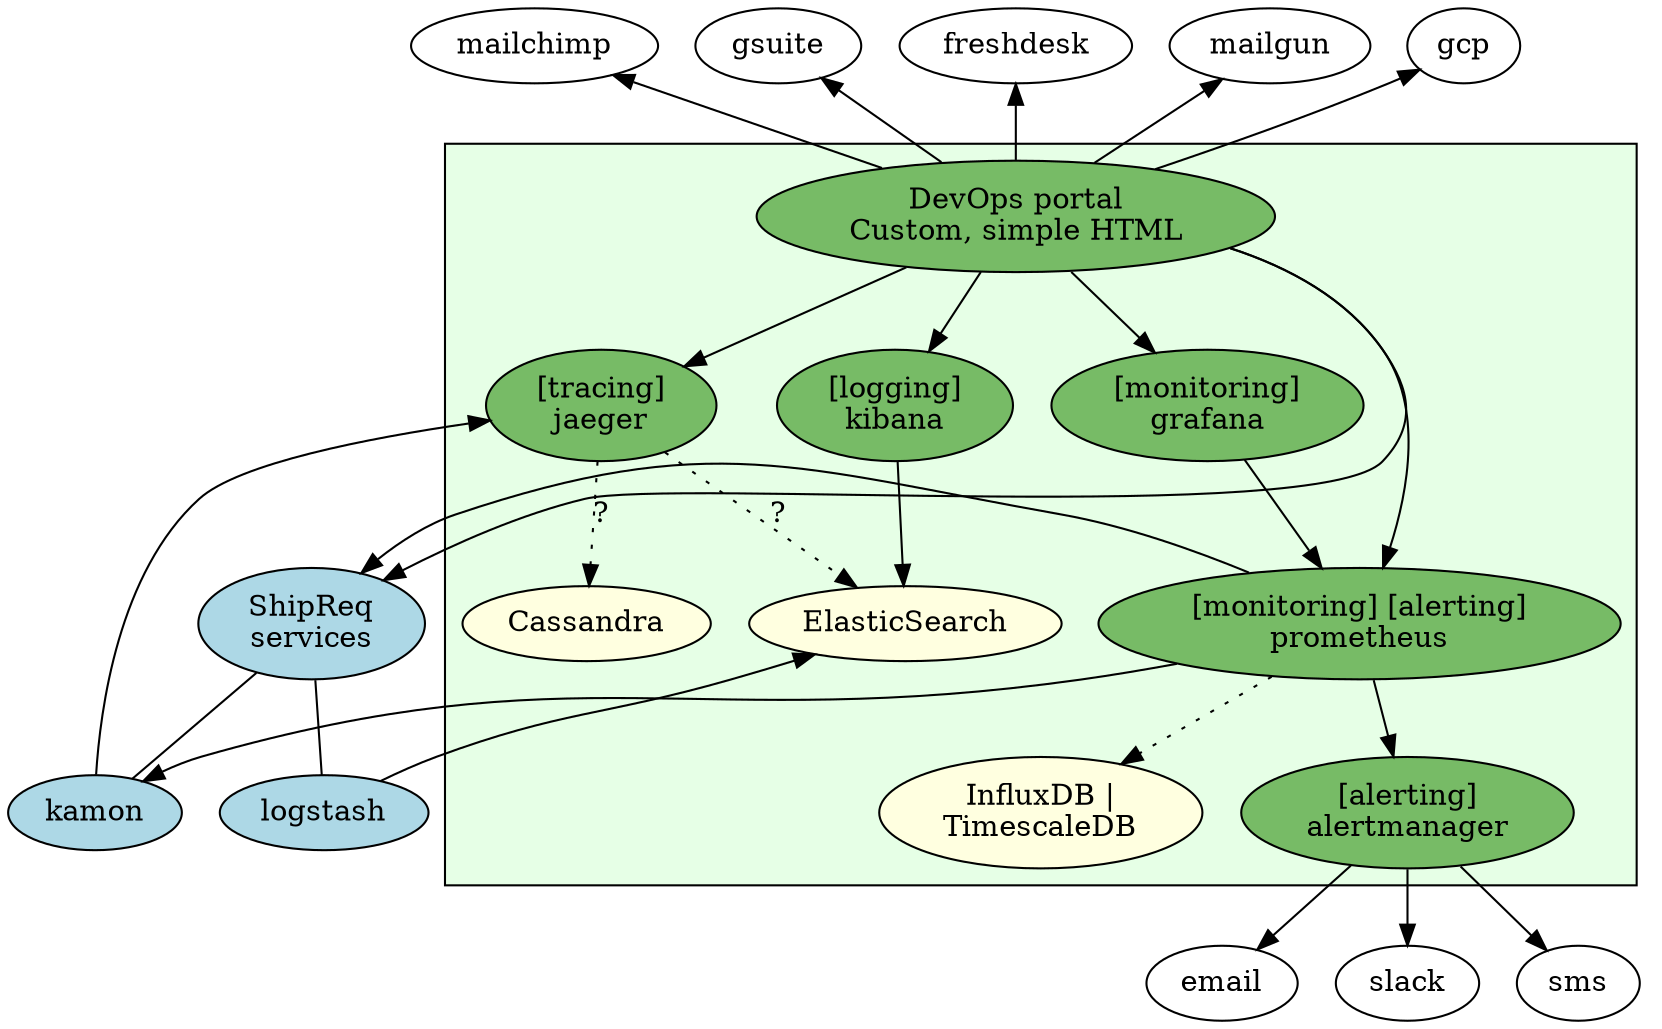
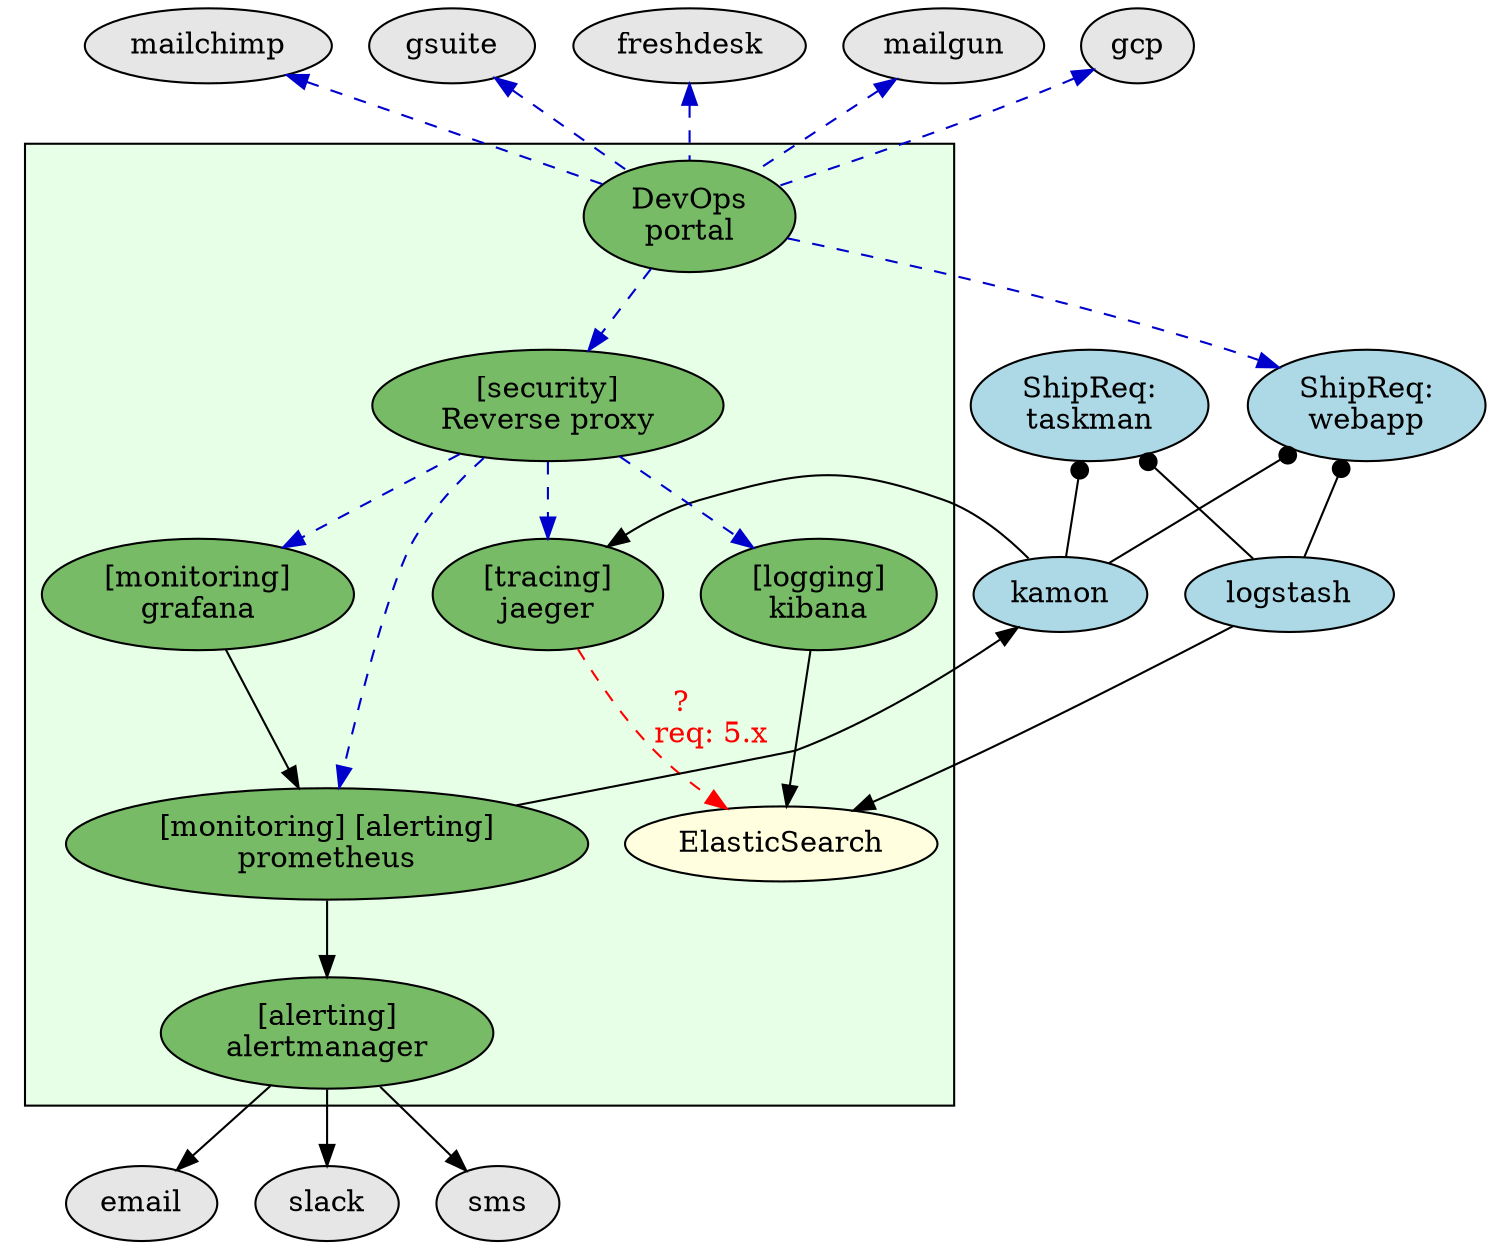
digraph G {

- services [label="ShipReq\nservices" fillcolor=lightblue style=filled]
+ # Notes:
+ # - Prometheus data retention & backup to be considered later
+ # - Only small data retention required for logs and traces
+ # - All devops access will likely go through a reverse proxy such that
+ #   - underlying servers are not exposed publically
+ #   - all access requires authentication
+ # - When deployed, there will also be cadvisor and node_exporter
+ 
+ shipreq [label="ShipReq:\nwebapp" fillcolor=lightblue style=filled]
+ taskman [label="ShipReq:\ntaskman" fillcolor=lightblue style=filled]
kamon,logstash [fillcolor=lightblue style=filled]

// Devops cluster
subgraph cluster_devops {
  fillcolor="#e6ffe6"
  style=filled
  node [style=filled fillcolor="#77bb66"]

  es [label="ElasticSearch" fillcolor=lightyellow style=filled]
-   jaeger_storage [label="Cassandra" fillcolor=lightyellow style=filled]
-   prometheus_storage [label="InfluxDB |\nTimescaleDB" fillcolor=lightyellow style=filled]
+   # jaeger_storage [label="Cassandra" fillcolor=lightyellow style=filled]
+   # prometheus_storage [label="InfluxDB |\nTimescaleDB" fillcolor=lightyellow style=filled]
  jaeger [label="[tracing]\njaeger"]
  prometheus [label="[monitoring] [alerting]\nprometheus"]
  grafana [label="[monitoring]\ngrafana"]
  alertmanager [label="[alerting]\nalertmanager"]
  kibana [label="[logging]\nkibana"]

-   portal [label="DevOps portal\nCustom, simple HTML"]
-   portal -> jaeger,prometheus,grafana,kibana
+   portal [label="DevOps\nportal"]
+   portal -> proxy [color="#0000cc" style=dashed]
+ 
+   proxy [label="[security]\nReverse proxy"]
+   proxy -> jaeger,prometheus,grafana,kibana [color="#0000cc" style=dashed]
}

+ node[style=filled fillcolor="#e6e6e6"]
+ 
// App
- services -> kamon,logstash [arrowhead=none]
- portal -> services [constraint=false]
- mailchimp,gsuite,freshdesk,mailgun,gcp -> portal [dir=back]
+ shipreq,taskman -> kamon,logstash [arrowtail=dot dir=back]
+ portal -> shipreq [color="#0000cc" style=dashed]
+ mailchimp,gsuite,freshdesk,mailgun,gcp -> portal [color="#0000cc" style=dashed dir=back]

// Monitoring & Alerting
- prometheus -> services,kamon,alertmanager
+ prometheus -> kamon,alertmanager
grafana -> prometheus
alertmanager -> email,slack,sms
- prometheus -> prometheus_storage [style=dotted]
+ #prometheus -> prometheus_storage [style=dashed color=red fontcolor=red label=" ?"]
+ # prometheus -> prometheus [style=dashed dir=back]

// Logging
logstash,kibana -> es

// Tracing
kamon -> jaeger
- jaeger -> jaeger_storage,es [style=dotted label="?"]
+ jaeger -> es [style=dashed color=red fontcolor=red label="  ?\lreq: 5.x  "]
+ # jaeger -> jaeger_storage [style=dashed color=red fontcolor=red label="?"]

}
